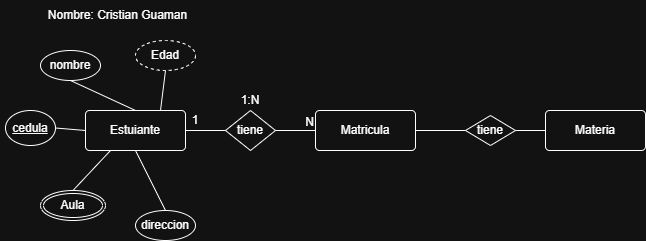
The draw.io diagram Modelo_ER_Estudiante.png in Criss-21/Diagramas-Base-De-DAtos, before a commit. Source tidied: cells renumbered, new cells last; positions are measured from the earlier drawing's top-left corner, leaving out a move shared by most shapes.
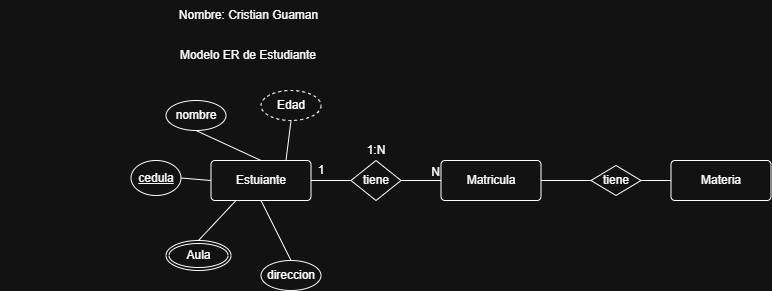
The same diagram one commit later.

Change to the diagram source:
```diff
@@ -69,7 +69,10 @@
       <mxGeometry x="220" y="85" width="60" height="30" as="geometry" />
     </mxCell>
     <mxCell id="24" value="Nombre: Cristian Guaman" style="text;html=1;whiteSpace=wrap;strokeColor=none;fillColor=none;align=center;verticalAlign=middle;rounded=0;" parent="1" vertex="1">
-      <mxGeometry width="235" height="30" as="geometry" />
+      <mxGeometry x="5" y="-50" width="235" height="30" as="geometry" />
     </mxCell>
+    <mxCell id="25" value="Modelo ER de Estudiante" style="text;html=1;whiteSpace=wrap;strokeColor=none;fillColor=none;align=center;verticalAlign=middle;rounded=0;" parent="1" vertex="1">
+      <mxGeometry x="-126.2" y="-10" width="497.5" height="30" as="geometry" />
+    </mxCell>
   </root>
 </mxGraphModel>
```
